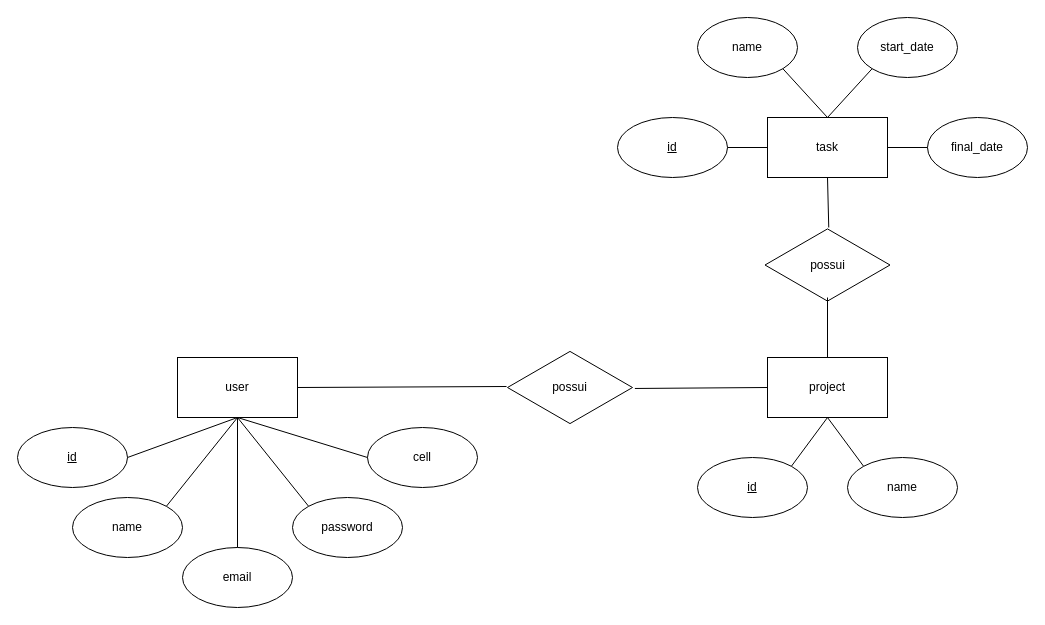
Above: draw/Diagrama sem nome.drawio in batista29/my-projects (draw.io), before the change. Source tidied: cells renumbered, new cells numbered last; positions are measured from the earlier drawing's top-left corner, leaving out a move shared by most shapes. Both pictures are drawn from the tidied source at 100%, with x=0, y=0 at pixel (17, 17).
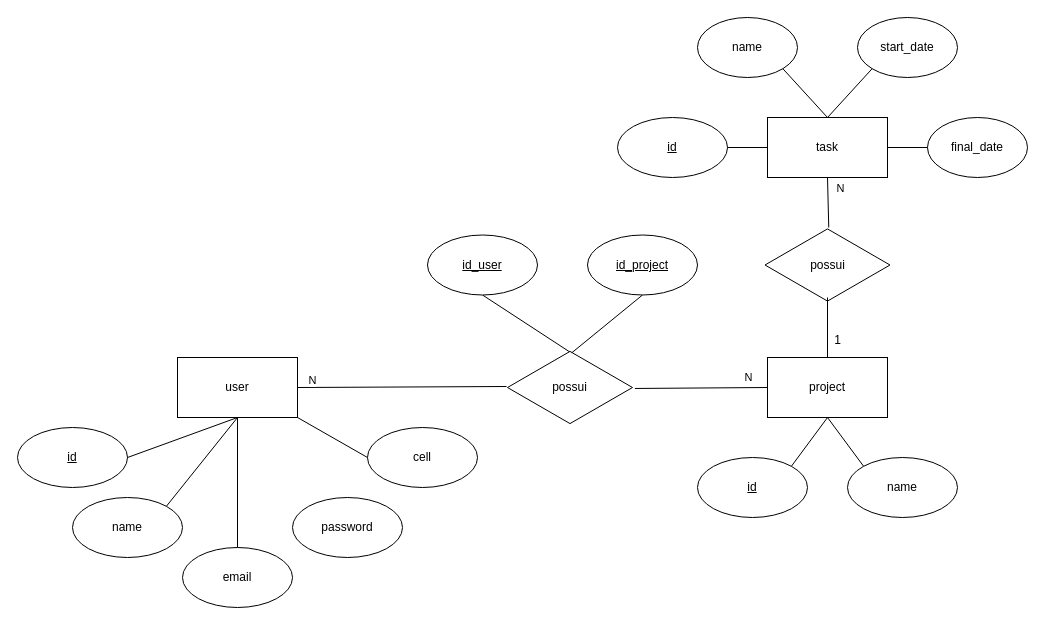
The same diagram, later.

Unchanged cells that the change refers to:
```xml
<mxCell id="2" value="user" style="rounded=0;whiteSpace=wrap;html=1;" parent="1" vertex="1">
  <mxGeometry x="160" y="340" width="120" height="60" as="geometry" />
</mxCell>
<mxCell id="6" value="password" style="ellipse;whiteSpace=wrap;html=1;fontStyle=0;" parent="1" vertex="1">
  <mxGeometry x="275" y="480" width="110" height="60" as="geometry" />
</mxCell>
<mxCell id="7" value="cell" style="ellipse;whiteSpace=wrap;html=1;fontStyle=0;" parent="1" vertex="1">
  <mxGeometry x="350" y="410" width="110" height="60" as="geometry" />
</mxCell>
<mxCell id="18" value="possui" style="html=1;whiteSpace=wrap;shape=isoRectangle;" parent="1" vertex="1">
  <mxGeometry x="490" y="332.5" width="125" height="75" as="geometry" />
</mxCell>
<mxCell id="19" style="endArrow=none;html=1;rounded=0;exitX=1;exitY=0.5;exitDx=0;exitDy=0;" parent="1" edge="1" source="2">
  <mxGeometry relative="1" as="geometry">
    <mxPoint x="489" y="369" as="targetPoint" />
  </mxGeometry>
</mxCell>
```

Diff of the diagram source:
```diff
@@
-    <mxCell id="9" style="endArrow=none;html=1;rounded=0;entryX=0.5;entryY=1;entryDx=0;entryDy=0;exitX=0;exitY=0;exitDx=0;exitDy=0;" parent="1" edge="1" source="6" target="2">
+    <mxCell id="9" style="endArrow=none;html=1;rounded=0;entryX=1;entryY=1;entryDx=0;entryDy=0;exitX=0;exitY=0.5;exitDx=0;exitDy=0;" parent="1" edge="1" source="7" target="2">
       <mxGeometry relative="1" as="geometry" />
     </mxCell>
-    <mxCell id="10" style="endArrow=none;html=1;rounded=0;entryX=0.5;entryY=1;entryDx=0;entryDy=0;exitX=0;exitY=0.5;exitDx=0;exitDy=0;" parent="1" edge="1" source="7" target="2">
+    <mxCell id="10" style="endArrow=none;html=1;rounded=0;entryX=0.507;entryY=0.036;entryDx=0;entryDy=0;exitX=0.5;exitY=1;exitDx=0;exitDy=0;entryPerimeter=0;" parent="1" edge="1" source="34" target="18">
       <mxGeometry relative="1" as="geometry" />
     </mxCell>
@@
+    <mxCell id="33" value="N" style="edgeLabel;html=1;align=center;verticalAlign=middle;" parent="19" vertex="1">
+      <mxGeometry x="-0.85" y="-3" relative="1" as="geometry">
+        <mxPoint x="434" y="-13" as="offset" />
+      </mxGeometry>
+    </mxCell>
@@
+    <mxCell id="34" value="id_user" style="ellipse;whiteSpace=wrap;html=1;fontStyle=4;" parent="1" vertex="1">
+      <mxGeometry x="410" y="217.5" width="110" height="60" as="geometry" />
+    </mxCell>
+    <mxCell id="35" value="id_project" style="ellipse;whiteSpace=wrap;html=1;fontStyle=4;" parent="1" vertex="1">
+      <mxGeometry x="570" y="217.5" width="110" height="60" as="geometry" />
+    </mxCell>
+    <mxCell id="36" style="endArrow=none;html=1;rounded=0;exitX=0.515;exitY=0.036;exitDx=0;exitDy=0;entryX=0.5;entryY=1;entryDx=0;entryDy=0;exitPerimeter=0;" parent="1" edge="1" source="18" target="35">
+      <mxGeometry relative="1" as="geometry" />
+    </mxCell>
+    <mxCell id="37" value="N" style="edgeLabel;html=1;align=center;verticalAlign=middle;" parent="1" vertex="1">
+      <mxGeometry x="740" y="369.9" as="geometry">
+        <mxPoint x="-446" y="-7" as="offset" />
+      </mxGeometry>
+    </mxCell>
+    <mxCell id="38" value="N" style="edgeLabel;html=1;align=center;verticalAlign=middle;" parent="1" vertex="1">
+      <mxGeometry x="740" y="369.9" as="geometry">
+        <mxPoint x="82" y="-199" as="offset" />
+      </mxGeometry>
+    </mxCell>
+    <mxCell id="39" value="1" style="text;html=1;align=center;verticalAlign=middle;strokeColor=none;fillColor=none;" parent="1" vertex="1">
+      <mxGeometry x="805" y="308" width="30" height="30" as="geometry" />
+    </mxCell>
```
